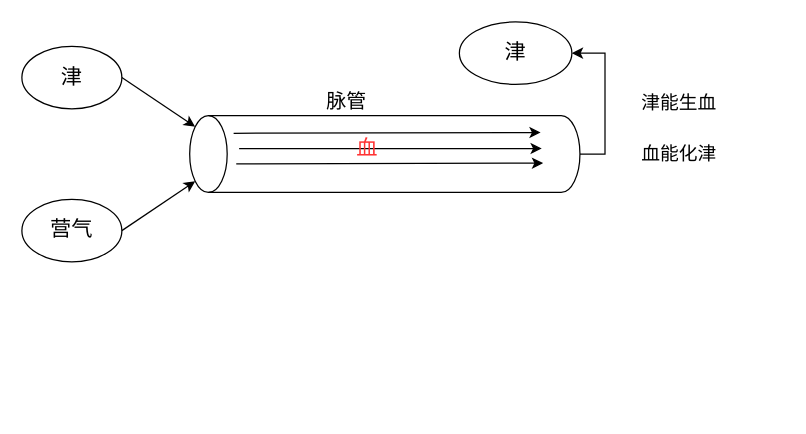
Above: 医门推敲叁/精气血津液神/精气血津液神之间的关系/津与血的关系.drawio in 328507133/chart (draw.io), before the change. Source tidied: cells renumbered, new cells numbered last; positions are measured from the earlier drawing's top-left corner, leaving out a move shared by most shapes. Both pictures are drawn from the tidied source at 125%, with x=0, y=0 at pixel (21, -41).
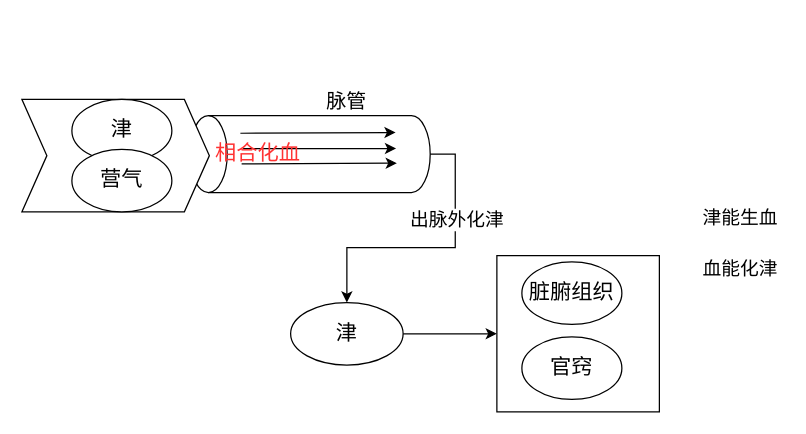
Above is the later version.

Commit message (it also covers changes not shown here):
更新津与血的关系.drawio

Change to the diagram source:
```diff
@@
+    <mxCell id="4" style="shape=cylinder3;whiteSpace=wrap;html=1;boundedLbl=1;backgroundOutline=1;size=15;rotation=-90;" parent="1" vertex="1">
+      <mxGeometry x="199.7" y="59.6" width="61.5" height="192.4" as="geometry" />
+    </mxCell>
+    <mxCell id="17" style="shape=step;perimeter=stepPerimeter;whiteSpace=wrap;html=1;fixedSize=1;" parent="1" vertex="1">
+      <mxGeometry y="112" width="150" height="90" as="geometry" />
+    </mxCell>
     <mxCell id="2" value="津" style="ellipse;whiteSpace=wrap;html=1;fontSize=17;" parent="1" vertex="1">
-      <mxGeometry y="69.5" width="80" height="50" as="geometry" />
+      <mxGeometry x="40" y="112" width="80" height="50" as="geometry" />
     </mxCell>
-    <mxCell id="3" style="edgeStyle=orthogonalEdgeStyle;rounded=0;jettySize=auto;html=1;exitX=0.5;exitY=1;exitDx=0;exitDy=0;exitPerimeter=0;entryX=1;entryY=0.5;entryDx=0;entryDy=0;" parent="1" edge="1" source="4" target="10">
+    <mxCell id="3" style="edgeStyle=orthogonalEdgeStyle;rounded=0;jettySize=auto;html=1;exitX=0.5;exitY=1;exitDx=0;exitDy=0;exitPerimeter=0;entryX=0.5;entryY=0;entryDx=0;entryDy=0;" parent="1" edge="1" source="4" target="10">
       <mxGeometry relative="1" as="geometry" />
     </mxCell>
-    <mxCell id="4" style="shape=cylinder3;whiteSpace=wrap;html=1;boundedLbl=1;backgroundOutline=1;size=15;rotation=-90;" parent="1" vertex="1">
-      <mxGeometry x="259.6" y="-0.4" width="61.5" height="312.2" as="geometry" />
-    </mxCell>
+    <mxCell id="18" value="&lt;font style=&quot;font-size: 15px;&quot;&gt;出脉外化津&lt;/font&gt;" style="edgeLabel;html=1;align=center;verticalAlign=middle;" parent="3" vertex="1">
+      <mxGeometry x="-0.36" y="1" relative="1" as="geometry" />
+    </mxCell>
@@
     <mxCell id="6" value="营气" style="ellipse;whiteSpace=wrap;html=1;fontSize=17;" parent="1" vertex="1">
-      <mxGeometry y="192" width="80" height="50" as="geometry" />
+      <mxGeometry x="40" y="152" width="80" height="50" as="geometry" />
     </mxCell>
-    <mxCell id="7" style="endArrow=classic;html=1;rounded=0;entryX=0.145;entryY=0;entryDx=0;entryDy=4.35;entryPerimeter=0;exitX=1;exitY=0.5;exitDx=0;exitDy=0;" parent="1" edge="1" source="6" target="4">
-      <mxGeometry relative="1" as="geometry" />
-    </mxCell>
     <mxCell id="8" value="津能生血" style="text;html=1;strokeColor=none;fillColor=none;align=center;verticalAlign=middle;whiteSpace=wrap;rounded=0;fontSize=15;" parent="1" vertex="1">
-      <mxGeometry x="491" y="100" width="70" height="28" as="geometry" />
+      <mxGeometry x="540" y="192" width="70" height="28" as="geometry" />
     </mxCell>
     <mxCell id="9" value="血能化津" style="text;html=1;strokeColor=none;fillColor=none;align=center;verticalAlign=middle;whiteSpace=wrap;rounded=0;fontSize=15;" parent="1" vertex="1">
-      <mxGeometry x="491" y="141.2" width="70" height="28" as="geometry" />
+      <mxGeometry x="540" y="233.2" width="70" height="28" as="geometry" />
     </mxCell>
+    <mxCell id="19" style="edgeStyle=orthogonalEdgeStyle;rounded=0;jettySize=auto;html=1;exitX=1;exitY=0.5;exitDx=0;exitDy=0;entryX=0;entryY=0.5;entryDx=0;entryDy=0;" parent="1" edge="1" source="10" target="20">
+      <mxGeometry relative="1" as="geometry" />
+    </mxCell>
     <mxCell id="10" value="津" style="ellipse;whiteSpace=wrap;html=1;fontSize=17;" parent="1" vertex="1">
-      <mxGeometry x="350" y="50" width="90" height="50" as="geometry" />
+      <mxGeometry x="215" y="274.5" width="90" height="50" as="geometry" />
     </mxCell>
-    <mxCell id="11" style="rounded=0;jettySize=auto;html=1;exitX=1;exitY=0.5;exitDx=0;exitDy=0;entryX=0.855;entryY=0;entryDx=0;entryDy=4.35;entryPerimeter=0;" parent="1" edge="1" source="2" target="4">
-      <mxGeometry relative="1" as="geometry" />
-    </mxCell>
-    <mxCell id="12" style="group;" parent="1" vertex="1">
-      <mxGeometry x="160" y="138.5" width="257" height="25.1" as="geometry" />
-    </mxCell>
+    <mxCell id="20" style="rounded=0;whiteSpace=wrap;html=1;" parent="1" vertex="1">
+      <mxGeometry x="380" y="237" width="130" height="125" as="geometry" />
+    </mxCell>
-    <mxCell id="13" style="endArrow=classic;html=1;rounded=0;" parent="12" edge="1">
+    <mxCell id="13" style="endArrow=classic;html=1;rounded=0;" parent="1" edge="1">
       <mxGeometry relative="1" as="geometry">
-        <mxPoint x="9.4" y="0.6" as="sourcePoint" />
-        <mxPoint x="255" as="targetPoint" />
+        <mxPoint x="174.8" y="139.1" as="sourcePoint" />
+        <mxPoint x="299" y="138.5" as="targetPoint" />
       </mxGeometry>
     </mxCell>
-    <mxCell id="14" style="endArrow=classic;html=1;rounded=0;" parent="12" edge="1">
+    <mxCell id="14" style="endArrow=classic;html=1;rounded=0;" parent="1" edge="1">
       <mxGeometry relative="1" as="geometry">
-        <mxPoint x="13.8" y="12.8" as="sourcePoint" />
-        <mxPoint x="255.9" y="12.8" as="targetPoint" />
+        <mxPoint x="177" y="151.3" as="sourcePoint" />
+        <mxPoint x="299.4" y="151.3" as="targetPoint" />
       </mxGeometry>
     </mxCell>
-    <mxCell id="15" style="endArrow=classic;html=1;rounded=0;" parent="12" edge="1">
+    <mxCell id="15" style="endArrow=classic;html=1;rounded=0;" parent="1" edge="1">
       <mxGeometry relative="1" as="geometry">
-        <mxPoint x="11.5" y="25.1" as="sourcePoint" />
-        <mxPoint x="257" y="24.5" as="targetPoint" />
+        <mxPoint x="175.8" y="163.6" as="sourcePoint" />
+        <mxPoint x="300" y="163" as="targetPoint" />
       </mxGeometry>
     </mxCell>
-    <mxCell id="16" value="血" style="text;html=1;strokeColor=none;fillColor=none;align=center;verticalAlign=middle;whiteSpace=wrap;rounded=0;fontSize=17;fontColor=#FF3333;" parent="12" vertex="1">
-      <mxGeometry y="1.9" width="233.4" height="22.8" as="geometry" />
+    <mxCell id="16" value="相合化血" style="text;html=1;strokeColor=none;fillColor=none;align=center;verticalAlign=middle;whiteSpace=wrap;rounded=0;fontSize=17;fontColor=#FF3333;" parent="1" vertex="1">
+      <mxGeometry x="130" y="144.4" width="118.1" height="22.8" as="geometry" />
     </mxCell>
+    <mxCell id="21" value="脏腑组织" style="ellipse;whiteSpace=wrap;html=1;fontSize=17;" parent="1" vertex="1">
+      <mxGeometry x="400" y="242" width="80" height="50" as="geometry" />
+    </mxCell>
+    <mxCell id="22" value="官窍" style="ellipse;whiteSpace=wrap;html=1;fontSize=17;" parent="1" vertex="1">
+      <mxGeometry x="400" y="302" width="80" height="50" as="geometry" />
+    </mxCell>
```
